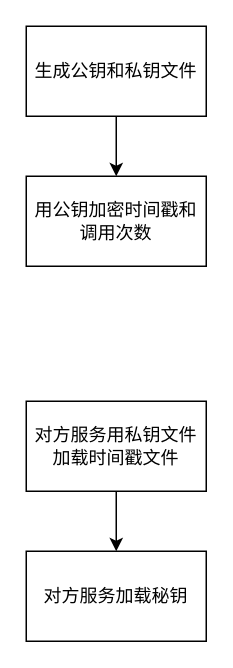
Earlier version of the draw.io diagram Untitled Diagram.drawio (archwolf118/AI). Source tidied: cells renumbered, new cells numbered last; positions are measured from the earlier drawing's top-left corner, leaving out a move shared by most shapes. Both pictures are drawn from the tidied source at 150%, with x=0, y=0 at pixel (26, 26).
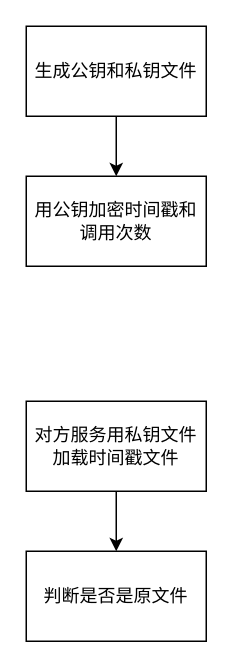
Above is the later version.

Change to the diagram source:
```diff
@@
 <mxGraphModel>
   <root>
     <mxCell id="0" />
     <mxCell id="1" parent="0" />
     <mxCell id="2" style="edgeStyle=orthogonalEdgeStyle;rounded=0;jettySize=auto;html=1;exitX=0.5;exitY=1;exitDx=0;exitDy=0;entryX=0.5;entryY=0;entryDx=0;entryDy=0;" parent="1" edge="1" source="3" target="4">
       <mxGeometry relative="1" as="geometry" />
     </mxCell>
     <mxCell id="3" value="生成公钥和私钥文件" style="rounded=0;whiteSpace=wrap;html=1;" parent="1" vertex="1">
       <mxGeometry width="120" height="60" as="geometry" />
     </mxCell>
     <mxCell id="4" value="用公钥加密时间戳和调用次数" style="rounded=0;whiteSpace=wrap;html=1;" parent="1" vertex="1">
       <mxGeometry y="100" width="120" height="60" as="geometry" />
     </mxCell>
     <mxCell id="5" style="edgeStyle=orthogonalEdgeStyle;rounded=0;jettySize=auto;html=1;exitX=0.5;exitY=1;exitDx=0;exitDy=0;entryX=0.5;entryY=0;entryDx=0;entryDy=0;" parent="1" edge="1" source="6" target="7">
       <mxGeometry relative="1" as="geometry" />
     </mxCell>
     <mxCell id="6" value="对方服务用私钥文件加载时间戳文件" style="rounded=0;whiteSpace=wrap;html=1;" parent="1" vertex="1">
       <mxGeometry y="250" width="120" height="60" as="geometry" />
     </mxCell>
-    <mxCell id="7" value="对方服务加载秘钥" style="rounded=0;whiteSpace=wrap;html=1;" parent="1" vertex="1">
+    <mxCell id="7" value="判断是否是原文件" style="rounded=0;whiteSpace=wrap;html=1;" parent="1" vertex="1">
       <mxGeometry y="350" width="120" height="60" as="geometry" />
     </mxCell>
   </root>
 </mxGraphModel>
```
